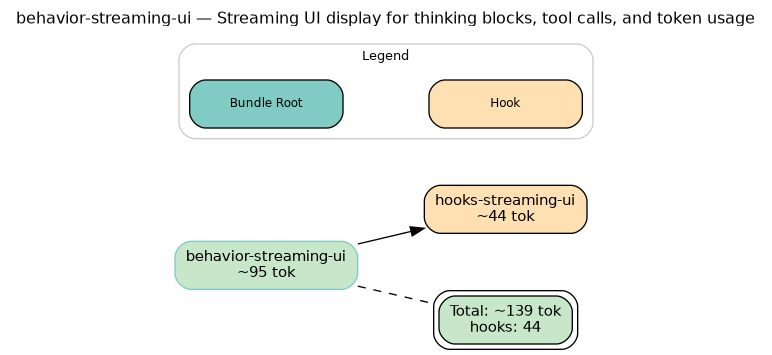
Earlier version of the Graphviz export behaviors/streaming-ui.png (microsoft/amplifier-foundation). Its source is kept beside it as behaviors/streaming-ui.dot. Source of this version:
```dot
digraph behavior_streaming_ui {
    rankdir=LR
    fontname="Helvetica"
    fontsize=12
    label="behavior-streaming-ui — Streaming UI display for thinking blocks, tool calls, and token usage"
    labelloc=t
    labeljust=c
    compound=true
    nodesep=0.6
    ranksep=0.7
    bgcolor="white"
    source_hash="e8bdf7eee36e3652d61f6433760d374ba705dcd9ba4bdf82aa7c151aee5664a0"

    node [fontname="Helvetica", fontsize=11, style="filled,rounded"]
    edge [fontname="Helvetica", fontsize=9]

    root [label="behavior-streaming-ui\n~95 tok", shape=box, fillcolor="#c8e6c9", style="filled,rounded", color="#80cbc4"]
    hook_hooks_streaming_ui [label="hooks-streaming-ui\n~44 tok", shape=box, fillcolor="#ffe0b2", style="filled,rounded"]
    summary [label="Total: ~139 tok\nhooks: 44", shape=box, fillcolor="#c8e6c9", style="filled,rounded", peripheries=2]

    root -> hook_hooks_streaming_ui
    root -> summary [style=dashed, arrowhead=none]

    subgraph cluster_legend {
        label="Legend"
        style="filled,rounded"
        fillcolor="white"
        color="#cccccc"
        fontsize=10
        node [shape=box, fontsize=9, width=1.6]
        leg_root [label="Bundle Root", shape=box, fillcolor="#80cbc4", style="filled,rounded"]
        leg_hook [label="Hook", shape=box, fillcolor="#ffe0b2", style="filled,rounded"]
        leg_root -> leg_hook [style=invis]
    }
}
```
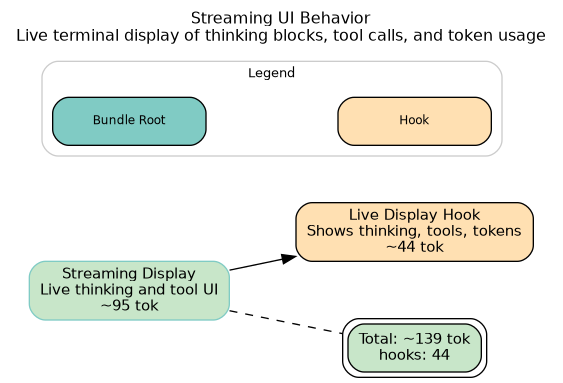
The same diagram one commit later.

What changed in the source:
```diff
@@ -2,7 +2,7 @@
     rankdir=LR
     fontname="Helvetica"
     fontsize=12
-    label="behavior-streaming-ui — Streaming UI display for thinking blocks, tool calls, and token usage"
+    label="Streaming UI Behavior\nLive terminal display of thinking blocks, tool calls, and token usage"
     labelloc=t
     labeljust=c
     compound=true
@@ -14,8 +14,8 @@
     node [fontname="Helvetica", fontsize=11, style="filled,rounded"]
     edge [fontname="Helvetica", fontsize=9]
 
-    root [label="behavior-streaming-ui\n~95 tok", shape=box, fillcolor="#c8e6c9", style="filled,rounded", color="#80cbc4"]
-    hook_hooks_streaming_ui [label="hooks-streaming-ui\n~44 tok", shape=box, fillcolor="#ffe0b2", style="filled,rounded"]
+    root [label="Streaming Display\nLive thinking and tool UI\n~95 tok", shape=box, fillcolor="#c8e6c9", style="filled,rounded", color="#80cbc4"]
+    hook_hooks_streaming_ui [label="Live Display Hook\nShows thinking, tools, tokens\n~44 tok", shape=box, fillcolor="#ffe0b2", style="filled,rounded"]
     summary [label="Total: ~139 tok\nhooks: 44", shape=box, fillcolor="#c8e6c9", style="filled,rounded", peripheries=2]
 
     root -> hook_hooks_streaming_ui
```
